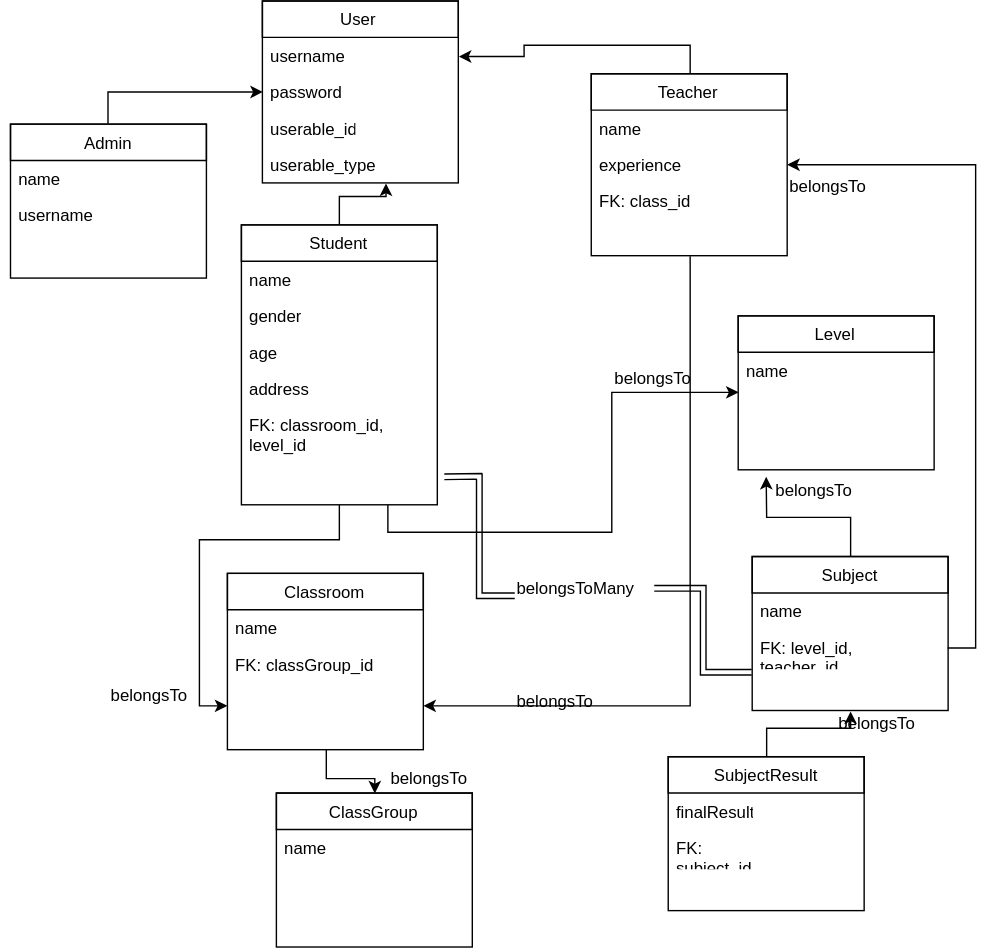
Earlier version of the draw.io export BASIC LARAVEL 5.4 CMS/Student Management.svg (OthmaneBlial/Basic_Laravel5.4_CMS). Source tidied: cells renumbered, new cells last; positions are measured from the earlier drawing's top-left corner, leaving out a move shared by most shapes.
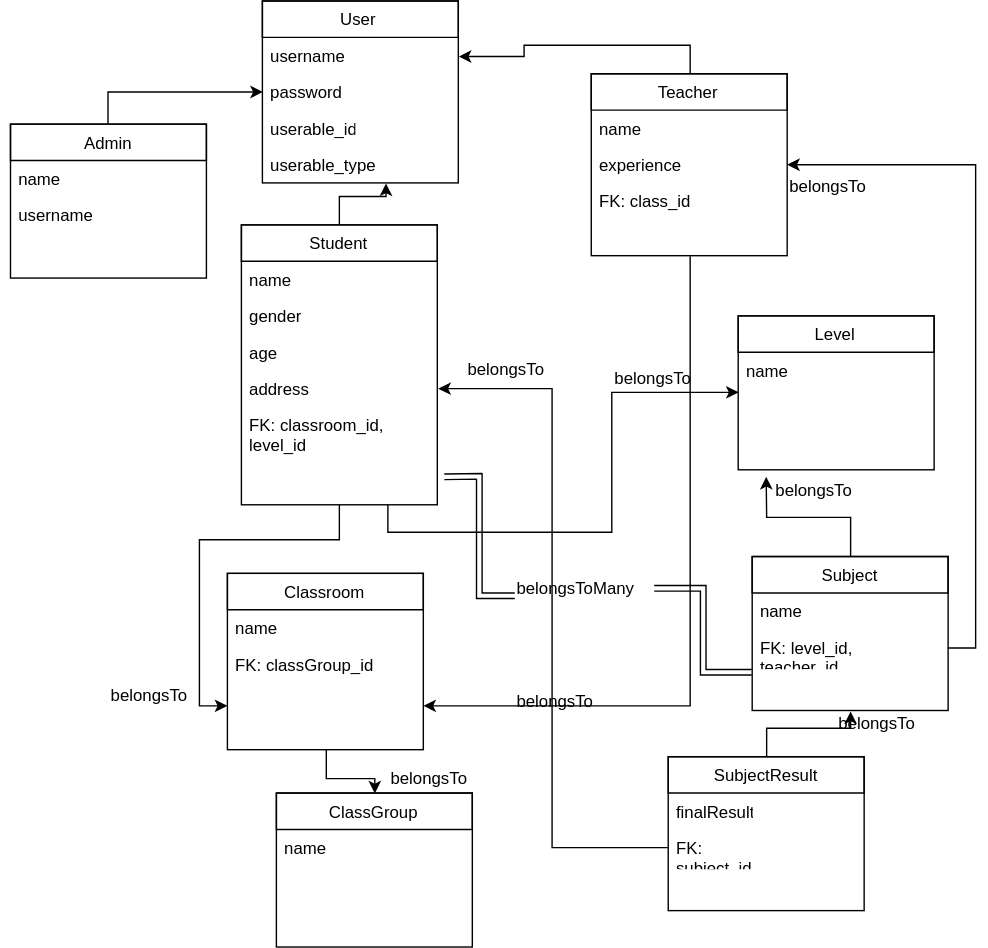
After the change.

Diff of the diagram source:
```diff
@@ -168,5 +168,11 @@
         <mxPoint x="310" y="340" as="sourcePoint" />
       </mxGeometry>
     </mxCell>
+    <mxCell id="54" style="edgeStyle=orthogonalEdgeStyle;rounded=0;html=1;exitX=0;exitY=0.5;entryX=1;entryY=0.5;jettySize=auto;" parent="1" edge="1" source="41" target="18">
+      <mxGeometry relative="1" as="geometry" />
+    </mxCell>
+    <mxCell id="55" value="belongsTo" style="text;html=1;align=left;verticalAlign=top;spacingTop=-4;" parent="1" vertex="1">
+      <mxGeometry x="325" y="254" width="70" height="20" as="geometry" />
+    </mxCell>
   </root>
 </mxGraphModel>
```
